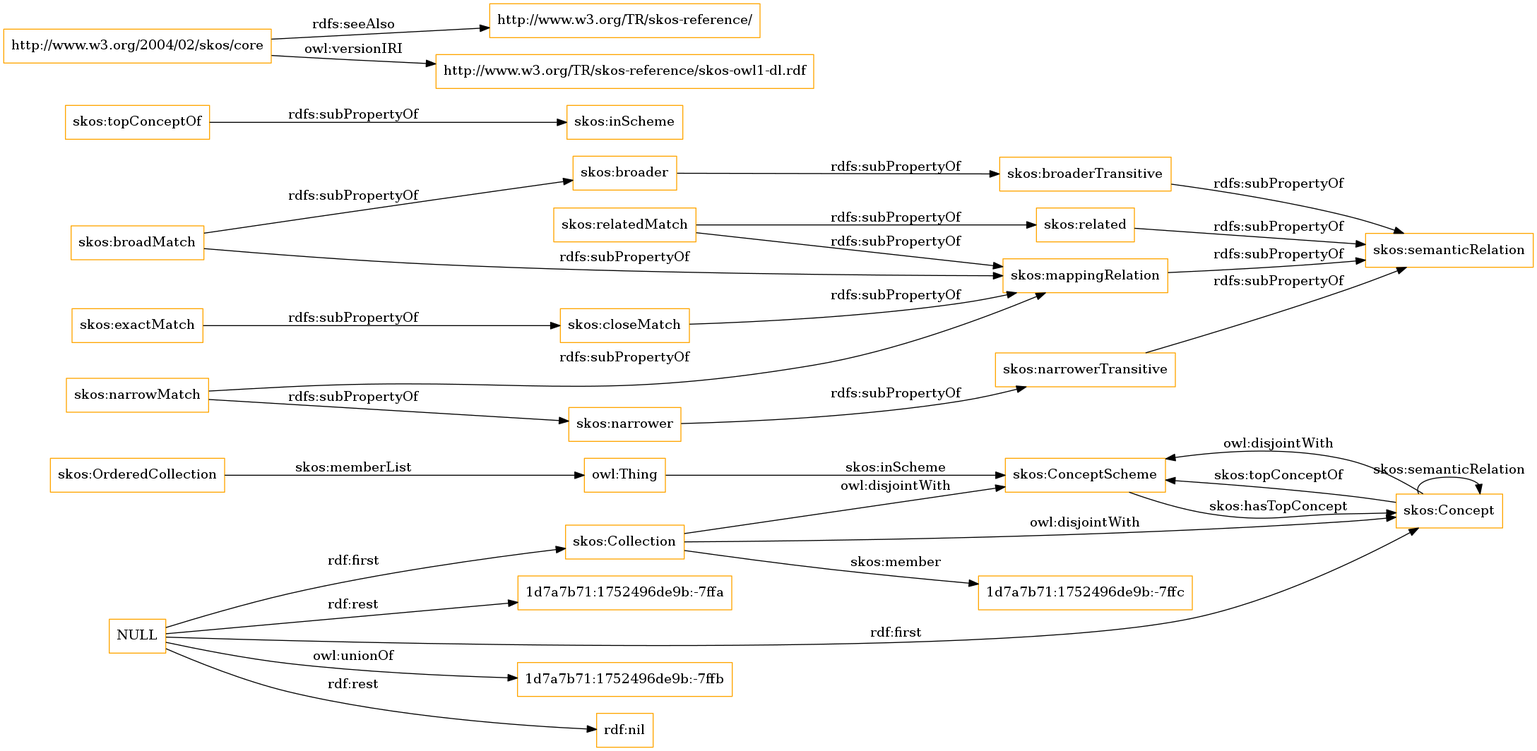
Before: OnToology/imports/skos.owl/diagrams/ar2dtool-class/skos.owl.png, a diagram exported from Graphviz (OnToologyUser/core-ontology-1). Its source is kept beside it as OnToology/imports/skos.owl/diagrams/ar2dtool-class/skos.owl.png.dot.
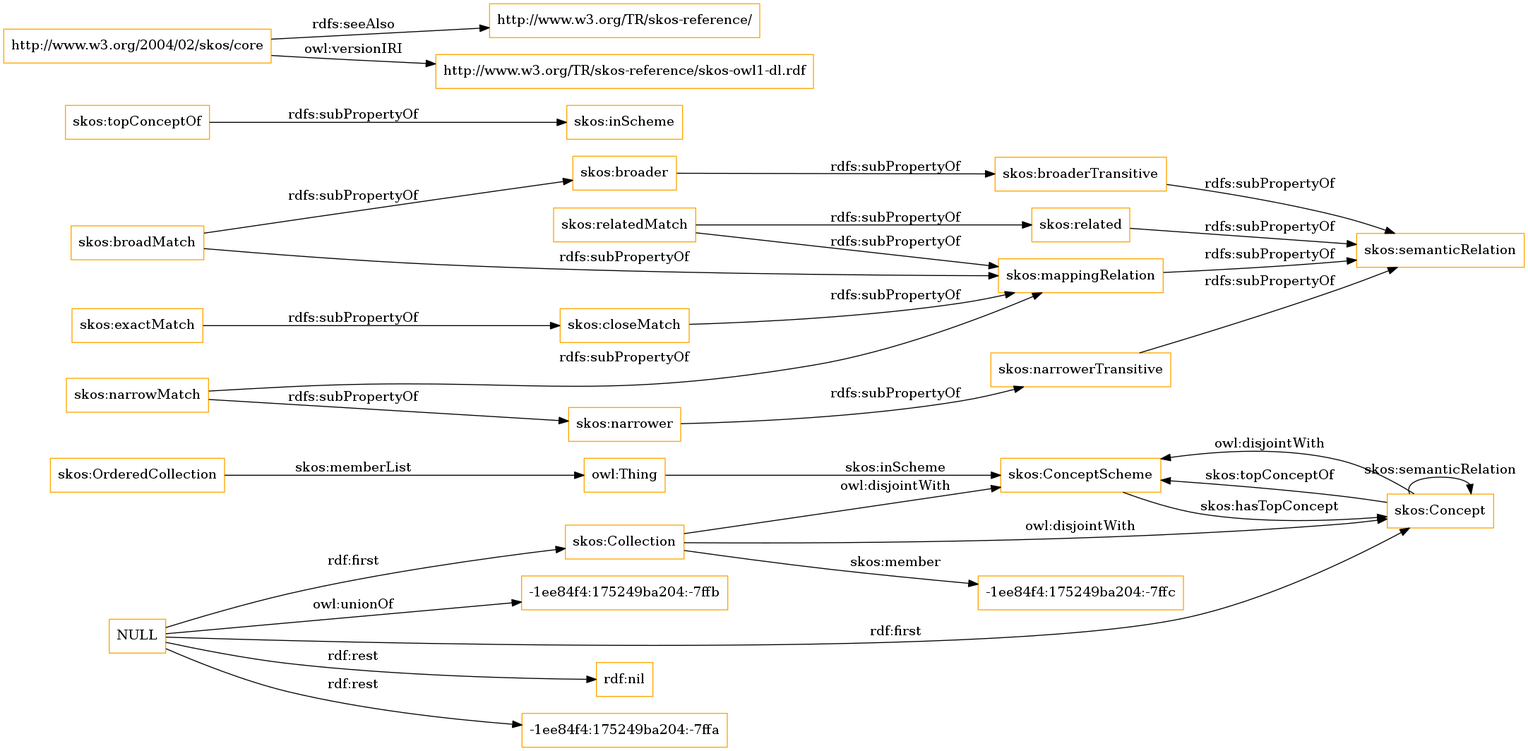
The same file after the commit.

Diff of the diagram source:
```diff
@@ -1,13 +1,13 @@
 digraph ar2dtool_diagram {
 rankdir=LR;
 size="1501"
-node [shape = rectangle, color="orange"]; "skos:OrderedCollection" "skos:ConceptScheme" "skos:Concept" "skos:Collection" "1d7a7b71:1752496de9b:-7ffc" ; /*classes style*/
+node [shape = rectangle, color="orange"]; "skos:OrderedCollection" "skos:ConceptScheme" "skos:Concept" "skos:Collection" "-1ee84f4:175249ba204:-7ffc" ; /*classes style*/
 	"skos:narrowerTransitive" -> "skos:semanticRelation" [ label = "rdfs:subPropertyOf" ];
-	"NULL" -> "1d7a7b71:1752496de9b:-7ffb" [ label = "owl:unionOf" ];
 	"NULL" -> "rdf:nil" [ label = "rdf:rest" ];
 	"NULL" -> "skos:Concept" [ label = "rdf:first" ];
-	"NULL" -> "1d7a7b71:1752496de9b:-7ffa" [ label = "rdf:rest" ];
+	"NULL" -> "-1ee84f4:175249ba204:-7ffa" [ label = "rdf:rest" ];
 	"NULL" -> "skos:Collection" [ label = "rdf:first" ];
+	"NULL" -> "-1ee84f4:175249ba204:-7ffb" [ label = "owl:unionOf" ];
 	"skos:closeMatch" -> "skos:mappingRelation" [ label = "rdfs:subPropertyOf" ];
 	"skos:Concept" -> "skos:ConceptScheme" [ label = "owl:disjointWith" ];
 	"skos:relatedMatch" -> "skos:related" [ label = "rdfs:subPropertyOf" ];
@@ -30,7 +30,7 @@
 	"skos:OrderedCollection" -> "owl:Thing" [ label = "skos:memberList" ];
 	"skos:Concept" -> "skos:ConceptScheme" [ label = "skos:topConceptOf" ];
 	"skos:Concept" -> "skos:Concept" [ label = "skos:semanticRelation" ];
-	"skos:Collection" -> "1d7a7b71:1752496de9b:-7ffc" [ label = "skos:member" ];
+	"skos:Collection" -> "-1ee84f4:175249ba204:-7ffc" [ label = "skos:member" ];
 	"skos:ConceptScheme" -> "skos:Concept" [ label = "skos:hasTopConcept" ];
 	"owl:Thing" -> "skos:ConceptScheme" [ label = "skos:inScheme" ];
 
```
